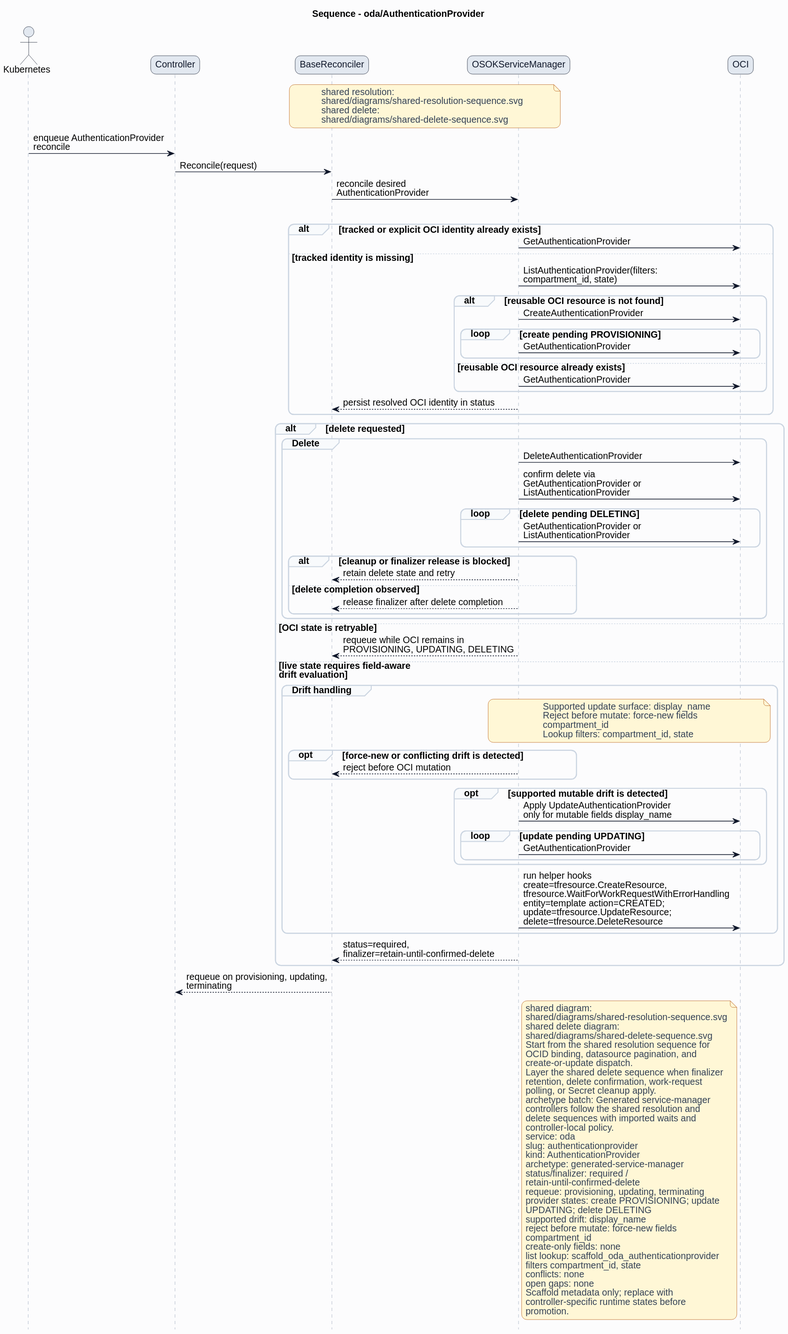
Before: formal/controllers/oda/authenticationprovider/diagrams/sequence.svg, a diagram exported from PlantUML (HaoyL666/oci-service-operator).
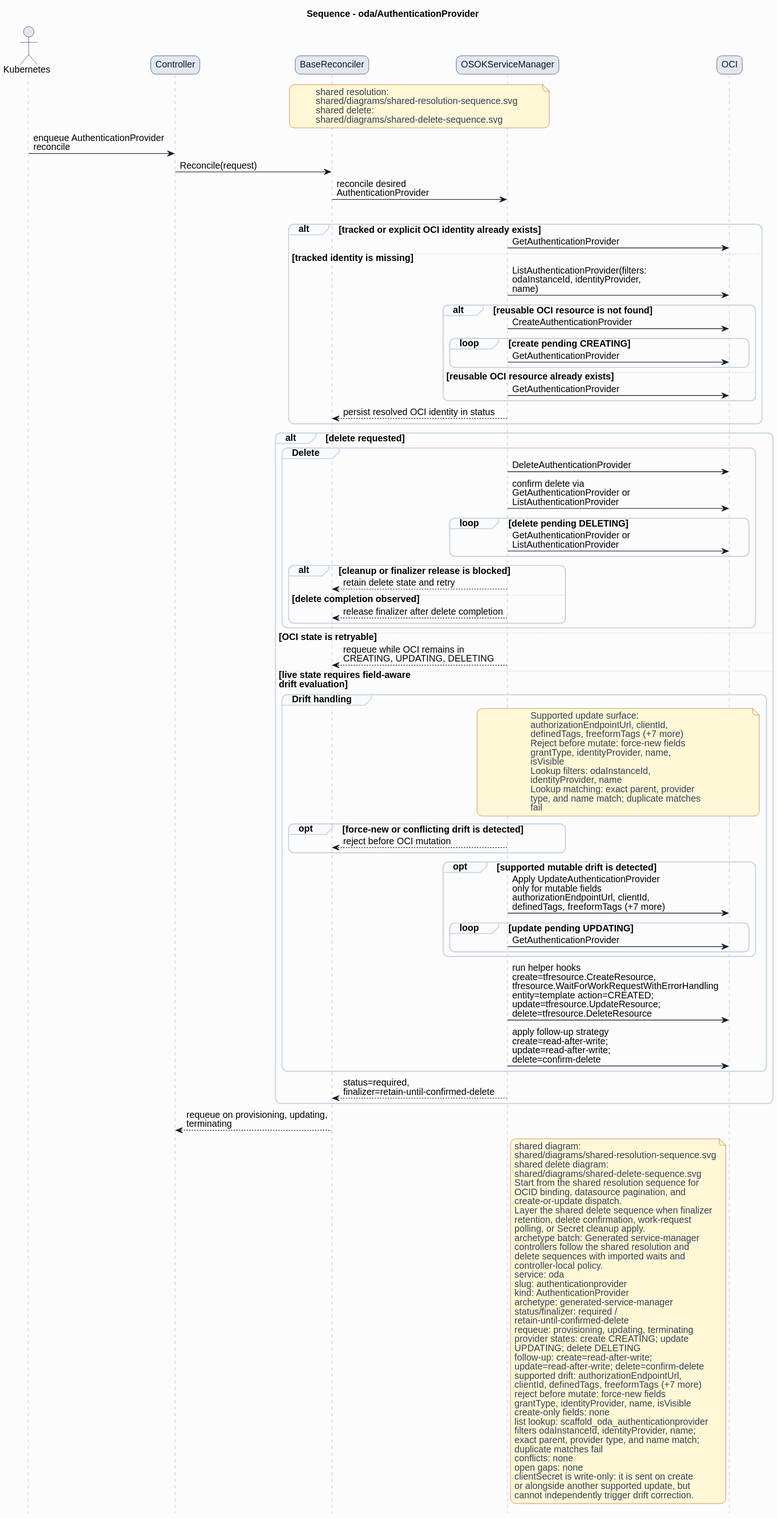
The same file after the commit.

What changed in the source:
```diff
@@ -38,10 +38,10 @@
 alt tracked or explicit OCI identity already exists
 ServiceManager -> OCI: GetAuthenticationProvider
 else tracked identity is missing
-ServiceManager -> OCI: ListAuthenticationProvider(filters:\ncompartment_id, state)
+ServiceManager -> OCI: ListAuthenticationProvider(filters:\nodaInstanceId, identityProvider,\nname)
 alt reusable OCI resource is not found
 ServiceManager -> OCI: CreateAuthenticationProvider
-loop create pending PROVISIONING
+loop create pending CREATING
 ServiceManager -> OCI: GetAuthenticationProvider
 end
 else reusable OCI resource already exists
@@ -63,25 +63,33 @@
 end
 end
 else OCI state is retryable
-ServiceManager --> BaseReconciler: requeue while OCI remains in\nPROVISIONING, UPDATING, DELETING
+ServiceManager --> BaseReconciler: requeue while OCI remains in\nCREATING, UPDATING, DELETING
 else live state requires field-aware\ndrift evaluation
 group Drift handling
 note over ServiceManager,OCI
-Supported update surface: display_name
+Supported update surface:
+authorizationEndpointUrl, clientId,
+definedTags, freeformTags (+7 more)
 Reject before mutate: force-new fields
-compartment_id
-Lookup filters: compartment_id, state
+grantType, identityProvider, name,
+isVisible
+Lookup filters: odaInstanceId,
+identityProvider, name
+Lookup matching: exact parent, provider
+type, and name match; duplicate matches
+fail
 end note
 opt force-new or conflicting drift is detected
 ServiceManager --> BaseReconciler: reject before OCI mutation
 end
 opt supported mutable drift is detected
-ServiceManager -> OCI: Apply UpdateAuthenticationProvider\nonly for mutable fields display_name
+ServiceManager -> OCI: Apply UpdateAuthenticationProvider\nonly for mutable fields\nauthorizationEndpointUrl, clientId,\ndefinedTags, freeformTags (+7 more)
 loop update pending UPDATING
 ServiceManager -> OCI: GetAuthenticationProvider
 end
 end
 ServiceManager -> OCI: run helper hooks\ncreate=tfresource.CreateResource,\ntfresource.WaitForWorkRequestWithErrorHandling\nentity=template action=CREATED;\nupdate=tfresource.UpdateResource;\ndelete=tfresource.DeleteResource
+ServiceManager -> OCI: apply follow-up strategy\ncreate=read-after-write;\nupdate=read-after-write;\ndelete=confirm-delete
 end
 ServiceManager --> BaseReconciler: status=required,\nfinalizer=retain-until-confirmed-delete
 end
@@ -108,18 +116,23 @@
 status/finalizer: required /
 retain-until-confirmed-delete
 requeue: provisioning, updating, terminating
-provider states: create PROVISIONING; update
+provider states: create CREATING; update
 UPDATING; delete DELETING
-supported drift: display_name
+follow-up: create=read-after-write;
+update=read-after-write; delete=confirm-delete
+supported drift: authorizationEndpointUrl,
+clientId, definedTags, freeformTags (+7 more)
 reject before mutate: force-new fields
-compartment_id
+grantType, identityProvider, name, isVisible
 create-only fields: none
 list lookup: scaffold_oda_authenticationprovider
-filters compartment_id, state
+filters odaInstanceId, identityProvider, name;
+exact parent, provider type, and name match;
+duplicate matches fail
 conflicts: none
 open gaps: none
-Scaffold metadata only; replace with
-controller-specific runtime states before
-promotion.
+clientSecret is write-only: it is sent on create
+or alongside another supported update, but
+cannot independently trigger drift correction.
 end note
 @enduml
```
